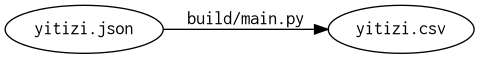
The Graphviz diagram demo/route.png in nk2028/yitizi, before a commit. Its source is kept beside it as demo/route.dot. Its diagram source:
```dot
digraph G {
    rankdir="LR"
    graph [fontname=monospace]
    node [fontname=monospace]
    edge [fontname=monospace]
    "yitizi.json" -> "yitizi.csv" [label="build/main.py"]
}
```
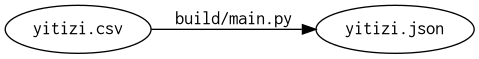
Above is the later version.

Change to the diagram source:
```diff
@@ -3,5 +3,5 @@
     graph [fontname=monospace]
     node [fontname=monospace]
     edge [fontname=monospace]
-    "yitizi.json" -> "yitizi.csv" [label="build/main.py"]
+    "yitizi.csv" -> "yitizi.json" [label="build/main.py"]
 }
```
